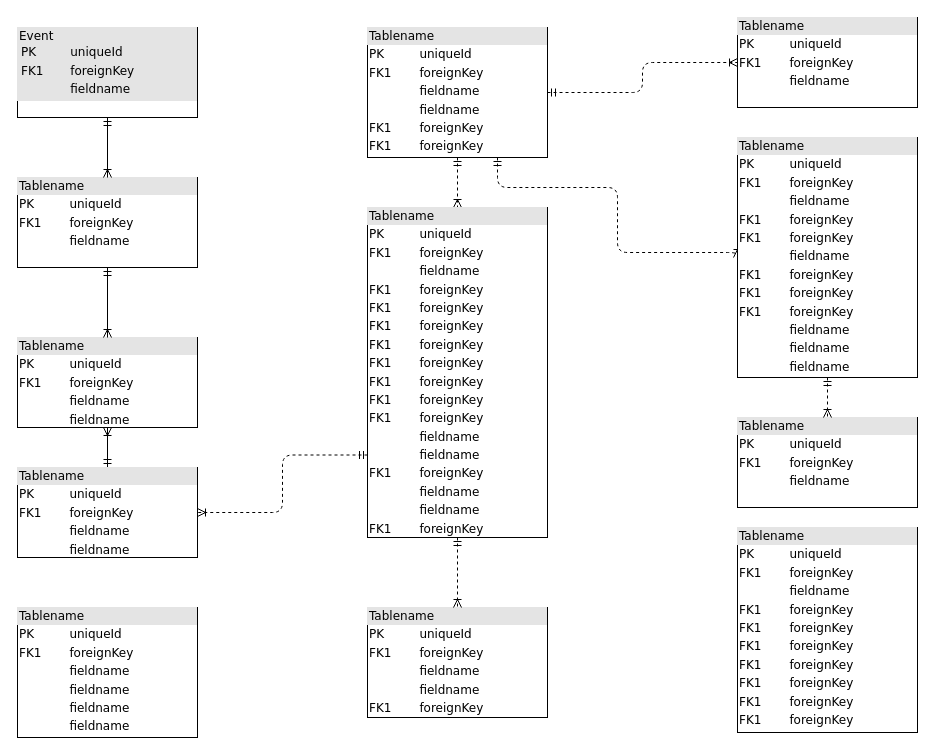
This is Untitled Diagram.drawio from HolubVasy/timesmart, a draw.io file, before an edit. Source tidied: cells renumbered, new cells numbered last; positions are measured from the earlier drawing's top-left corner, leaving out a move shared by most shapes. Both pictures are drawn from the tidied source at 100%, with x=0, y=0 at pixel (17, 17).
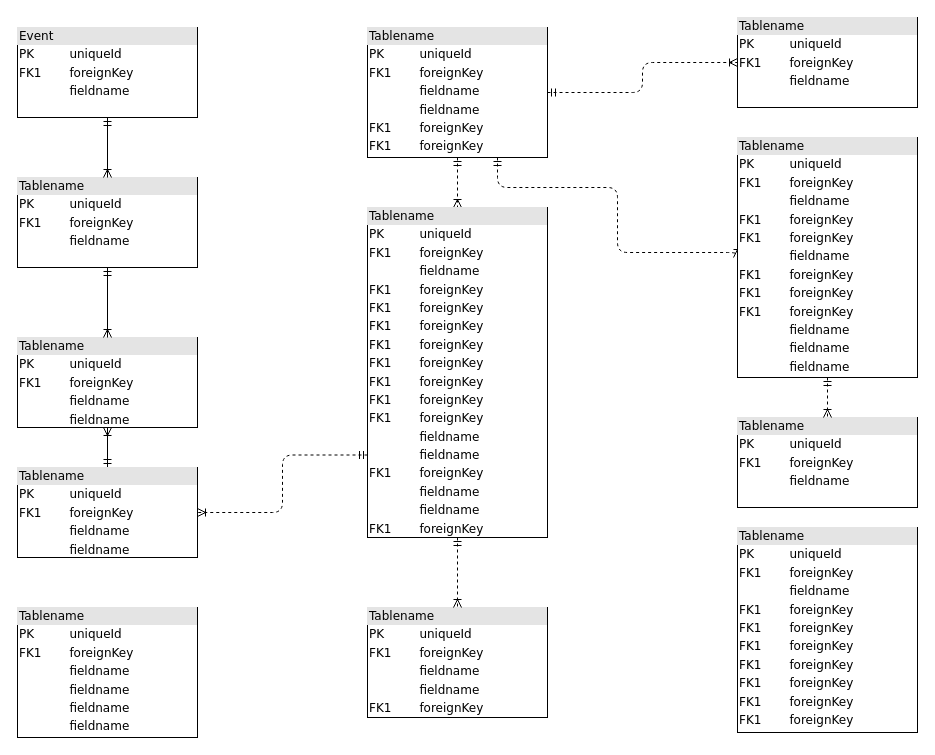
The same diagram, later.

The edit, as a diff of the source:
```diff
@@
-    <mxCell id="2" value="&lt;div style=&quot;box-sizing:border-box;width:100%;background:#e4e4e4;padding:2px;&quot;&gt;Event&lt;table style=&quot;background-color: initial; font-size: 1em; width: 100%;&quot; cellpadding=&quot;2&quot; cellspacing=&quot;0&quot;&gt;&lt;tbody&gt;&lt;tr&gt;&lt;td&gt;PK&lt;/td&gt;&lt;td&gt;uniqueId&lt;/td&gt;&lt;/tr&gt;&lt;tr&gt;&lt;td&gt;FK1&lt;/td&gt;&lt;td&gt;foreignKey&lt;/td&gt;&lt;/tr&gt;&lt;tr&gt;&lt;td&gt;&lt;/td&gt;&lt;td&gt;fieldname&lt;/td&gt;&lt;/tr&gt;&lt;/tbody&gt;&lt;/table&gt;&lt;/div&gt;" style="verticalAlign=top;align=left;overflow=fill;html=1;rounded=0;shadow=0;comic=0;labelBackgroundColor=none;strokeWidth=1;fontFamily=Verdana;fontSize=12;" parent="1" vertex="1">
+    <mxCell id="2" value="&lt;div style=&quot;box-sizing:border-box;width:100%;background:#e4e4e4;padding:2px;&quot;&gt;Event&lt;/div&gt;&lt;table style=&quot;width:100%;font-size:1em;&quot; cellpadding=&quot;2&quot; cellspacing=&quot;0&quot;&gt;&lt;tbody&gt;&lt;tr&gt;&lt;td&gt;PK&lt;/td&gt;&lt;td&gt;uniqueId&lt;/td&gt;&lt;/tr&gt;&lt;tr&gt;&lt;td&gt;FK1&lt;/td&gt;&lt;td&gt;foreignKey&lt;/td&gt;&lt;/tr&gt;&lt;tr&gt;&lt;td&gt;&lt;/td&gt;&lt;td&gt;fieldname&lt;/td&gt;&lt;/tr&gt;&lt;/tbody&gt;&lt;/table&gt;" style="verticalAlign=top;align=left;overflow=fill;html=1;rounded=0;shadow=0;comic=0;labelBackgroundColor=none;strokeWidth=1;fontFamily=Verdana;fontSize=12;" parent="1" vertex="1">
       <mxGeometry y="10" width="180" height="90" as="geometry" />
     </mxCell>
```
